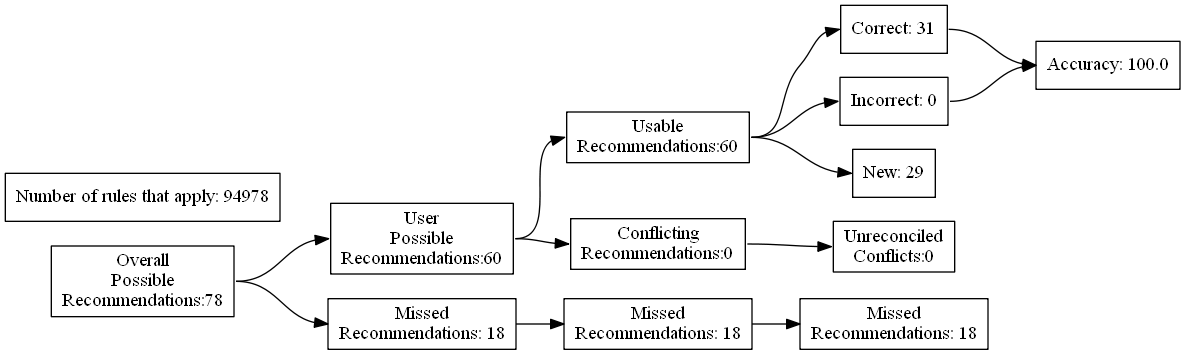
The Graphviz diagram test_renders/89.gv.png in ZaxR/ibd_diet_analysis, before a commit. Its source is kept beside it as test_renders/89.gv.
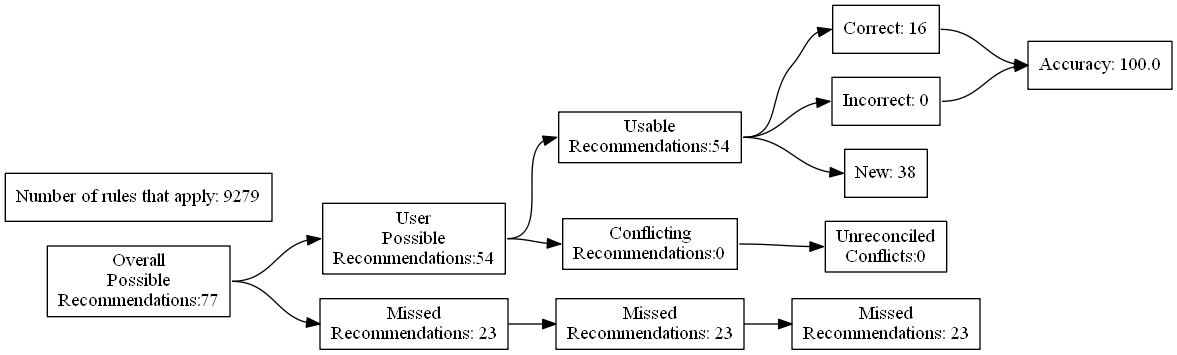
Later version of the same file.

Diff of the diagram source:
```diff
@@ -4,27 +4,27 @@
 	edge [headport=w tailport=e]
 		A [label="Overall
 Possible
-Recommendations:78"]
+Recommendations:77"]
 		B [label="User
 Possible
-Recommendations:60"]
+Recommendations:54"]
 		C [label="Missed
-Recommendations: 18"]
+Recommendations: 23"]
 		D [label="Usable
-Recommendations:60"]
+Recommendations:54"]
 		E [label="Conflicting
 Recommendations:0"]
 		J [label="Missed
-Recommendations: 18"]
+Recommendations: 23"]
 		M [label="Unreconciled
 Conflicts:0"]
-		F [label="Correct: 31"]
+		F [label="Correct: 16"]
 		G [label="Incorrect: 0"]
-		H [label="New: 29"]
+		H [label="New: 38"]
 		K [label="Missed
-Recommendations: 18"]
+Recommendations: 23"]
 		I [label="Accuracy: 100.0"]
-		l [label="Number of rules that apply: 94978"]
+		l [label="Number of rules that apply: 9279"]
 			A -> B
 			A -> C
 			B -> D
```
